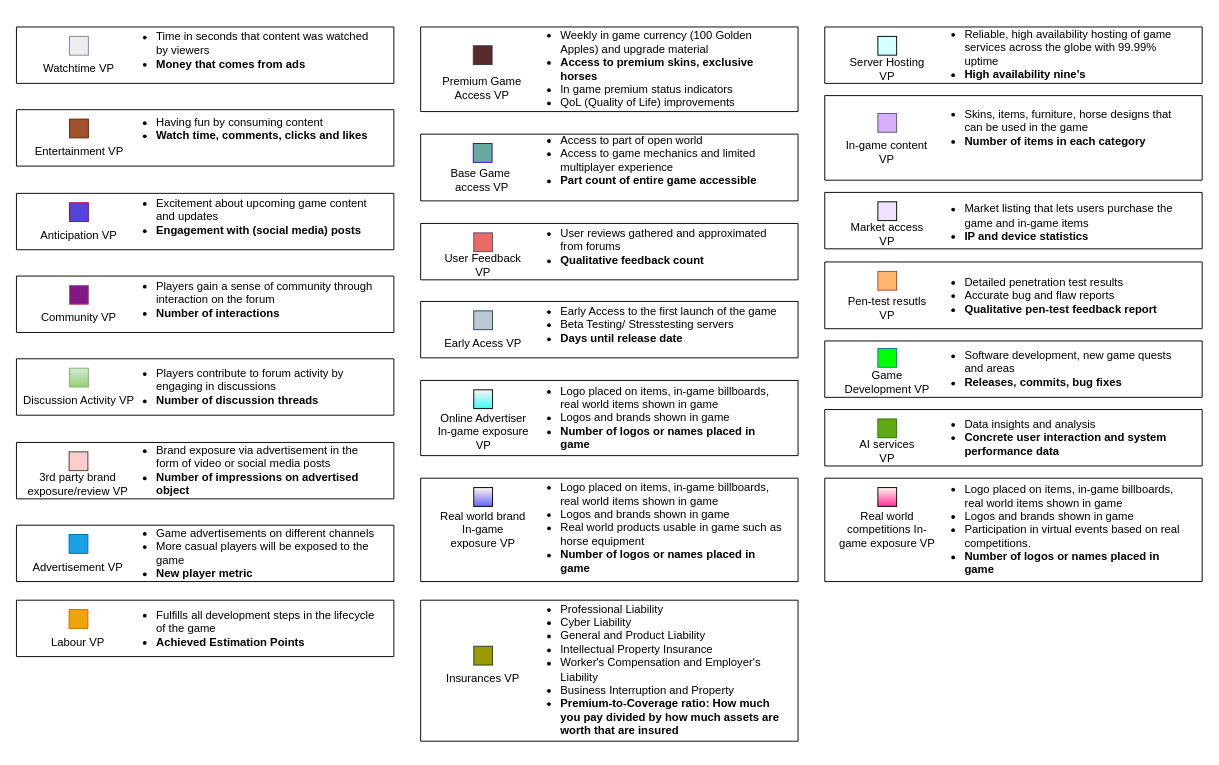
Earlier version of the draw.io diagram page "Descriptions" (2 of 2) of media/IS1_Project_VDML.drawio (tudwiglemmel/Neigh-Corp---Golden-Meadows). Source tidied: cells renumbered, new cells numbered last; positions are measured from the earlier drawing's top-left corner, leaving out a move shared by most shapes. Both pictures are drawn from the tidied source at 94%, with x=0, y=0 at pixel (16, 26).
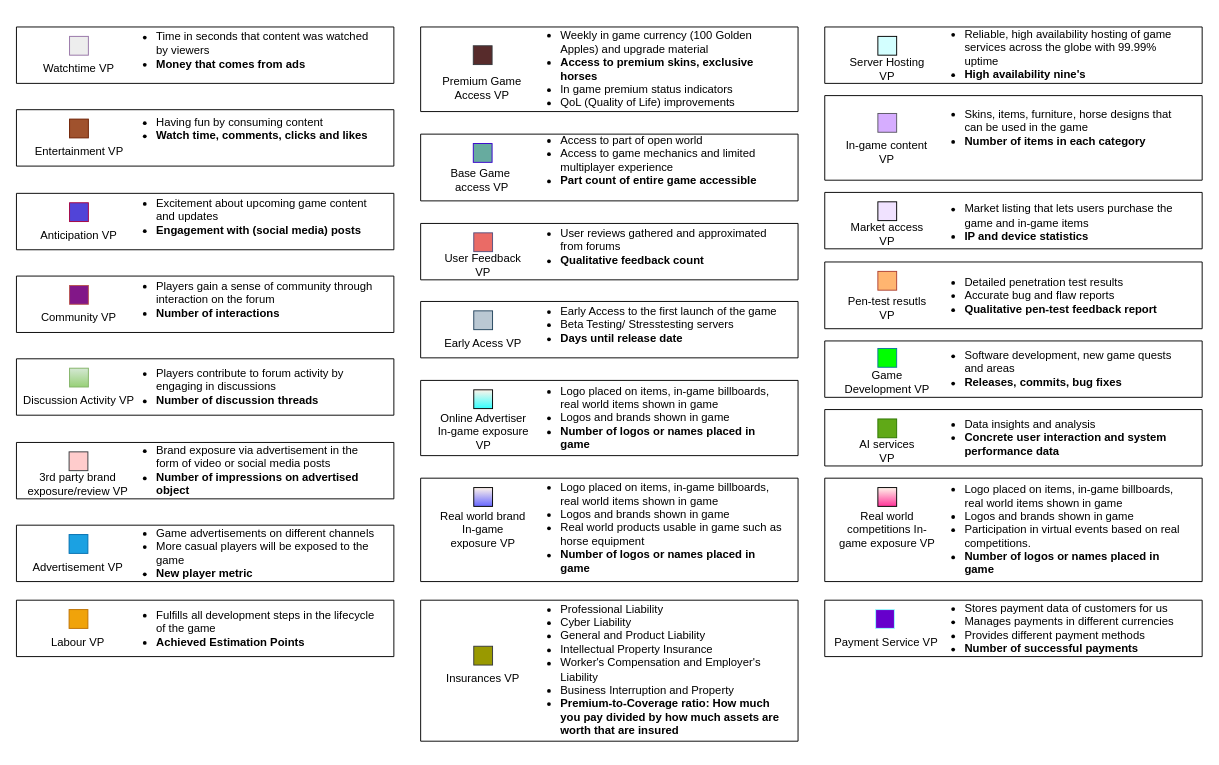
After the change.

Change to the diagram source:
```diff
@@
+    <mxCell id="90" style="swimlane;startSize=0;" parent="1" vertex="1">
+      <mxGeometry x="859.9" y="610" width="401.5" height="60" as="geometry" />
+    </mxCell>
+    <mxCell id="91" value="Payment Service VP" style="text;html=1;whiteSpace=wrap;strokeColor=none;fillColor=none;align=center;verticalAlign=middle;rounded=0;" parent="90" vertex="1">
+      <mxGeometry x="2.4" y="30" width="127.2" height="30" as="geometry" />
+    </mxCell>
+    <mxCell id="92" value="&lt;ul style=&quot;caret-color: rgb(0, 0, 0); font-family: Helvetica; font-size: 12px; font-style: normal; font-variant-caps: normal; font-weight: 400; letter-spacing: normal; text-align: -moz-left; text-indent: 0px; text-transform: none; white-space: normal; word-spacing: 0px; -webkit-text-stroke-width: 0px; text-decoration: none;&quot;&gt;&lt;li&gt;Stores payment data of customers for us&lt;/li&gt;&lt;li&gt;Manages payments in different currencies&lt;/li&gt;&lt;li&gt;Provides different payment methods&lt;/li&gt;&lt;li&gt;&lt;b&gt;Number of successful payments&lt;/b&gt;&lt;/li&gt;&lt;/ul&gt;" style="text;html=1;whiteSpace=wrap;strokeColor=none;fillColor=none;align=left;verticalAlign=middle;rounded=0;labelPosition=center;verticalLabelPosition=middle;fontColor=light-dark(#000000,#EDEDED);" parent="90" vertex="1">
+      <mxGeometry x="107.2" y="15" width="282.8" height="30" as="geometry" />
+    </mxCell>
+    <mxCell id="93" style="whiteSpace=wrap;html=1;fillColor=#6600CC;strokeColor=#99FFFF;align=center;verticalAlign=middle;fontFamily=Helvetica;fontSize=12;fontColor=#ffffff;" parent="1" vertex="1">
+      <mxGeometry x="914" y="620" width="20" height="20" as="geometry" />
+    </mxCell>
```
